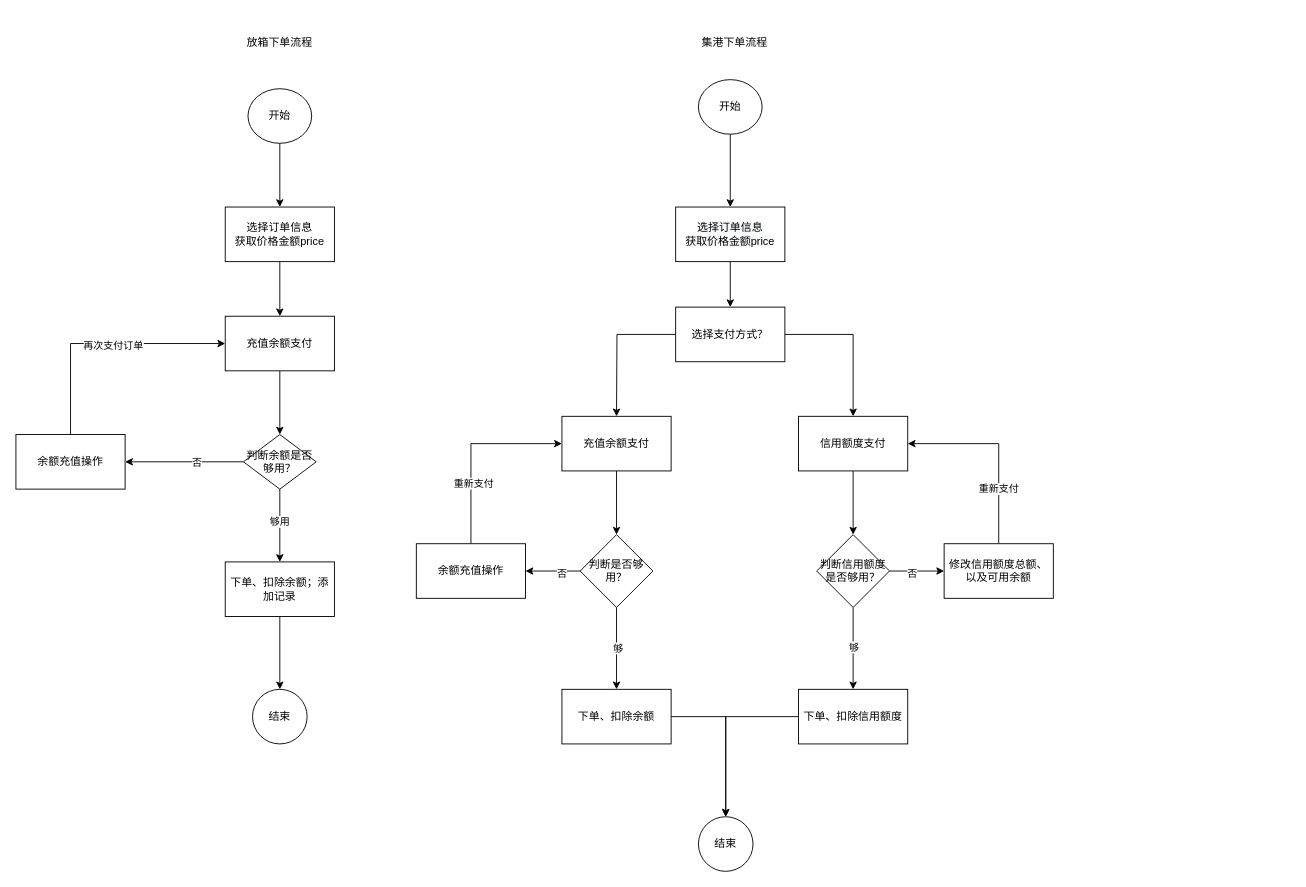
Above: 放箱/订单及充值流程.drawio in gongyao1992/draw (draw.io), before the change. Source tidied: cells renumbered, new cells numbered last; positions are measured from the earlier drawing's top-left corner, leaving out a move shared by most shapes. Both pictures are drawn from the tidied source at 91%, with x=0, y=0 at pixel (15, 15).
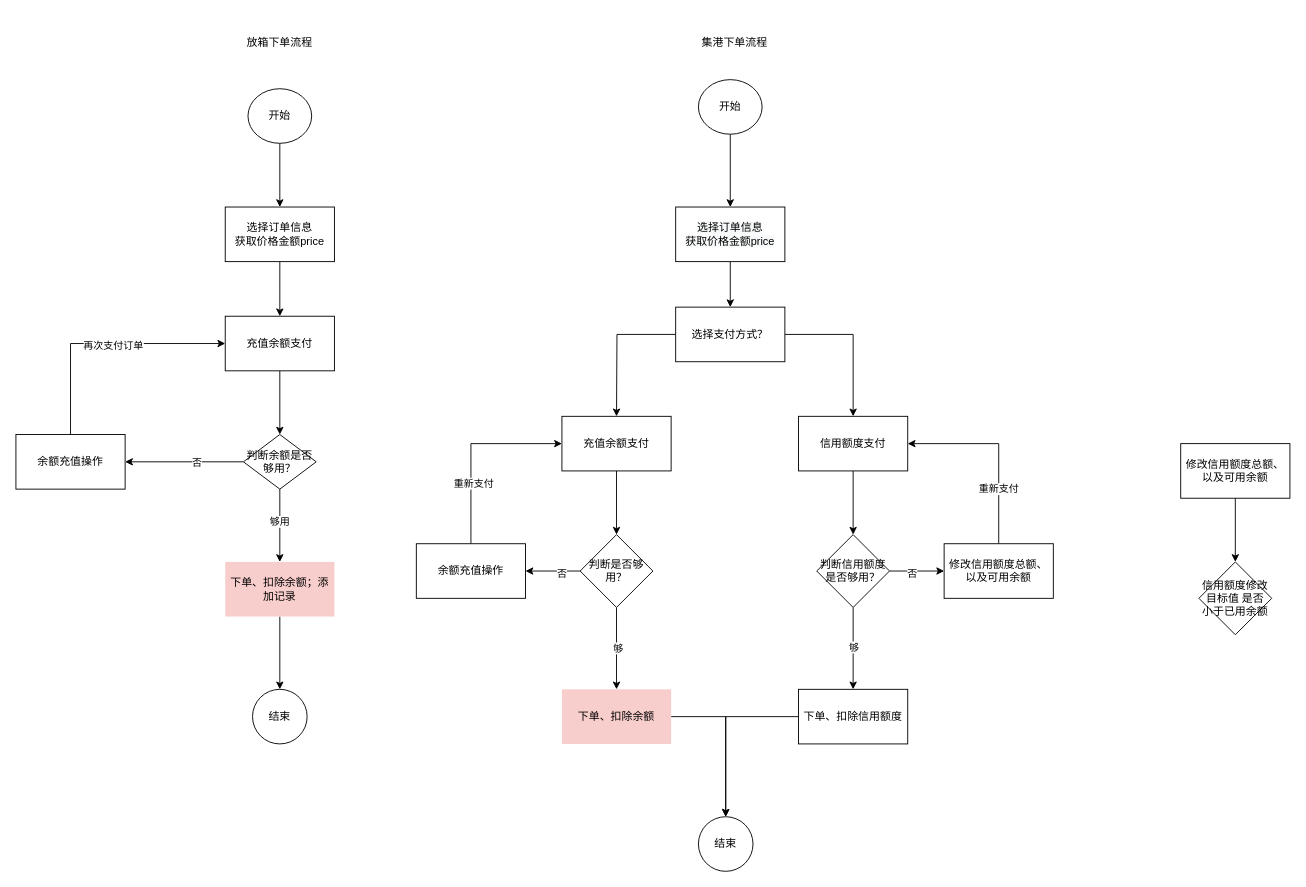
After the change.

Commit message (it also covers changes not shown here):
更新放箱/订单及充值流程.drawio

Diff of the diagram source:
```diff
@@
-    <mxCell id="27" value="下单、扣除余额；添加记录" style="whiteSpace=wrap;html=1;rounded=0;" parent="1" vertex="1">
+    <mxCell id="27" value="下单、扣除余额；添加记录" style="whiteSpace=wrap;html=1;rounded=0;fillColor=#f8cecc;strokeColor=none;" parent="1" vertex="1">
       <mxGeometry x="230" y="600" width="120" height="60" as="geometry" />
     </mxCell>
@@
-    <mxCell id="38" value="下单、扣除余额" style="whiteSpace=wrap;html=1;rounded=0;" parent="1" vertex="1">
+    <mxCell id="38" value="下单、扣除余额" style="whiteSpace=wrap;html=1;rounded=0;fillColor=#f8cecc;strokeColor=none;" parent="1" vertex="1">
       <mxGeometry x="600" y="740" width="120" height="60" as="geometry" />
     </mxCell>
@@
+    <mxCell id="53" style="edgeStyle=orthogonalEdgeStyle;rounded=0;jettySize=auto;html=1;" parent="1" edge="1" source="54" target="55">
+      <mxGeometry relative="1" as="geometry" />
+    </mxCell>
+    <mxCell id="54" value="修改信用额度总额、以及可用余额" style="whiteSpace=wrap;html=1;rounded=0;" parent="1" vertex="1">
+      <mxGeometry x="1280" y="470" width="120" height="60" as="geometry" />
+    </mxCell>
+    <mxCell id="55" value="信用额度修改目标值 是否 小于已用余额" style="rhombus;whiteSpace=wrap;html=1;rounded=0;" parent="1" vertex="1">
+      <mxGeometry x="1300" y="600" width="80" height="80" as="geometry" />
+    </mxCell>
```
